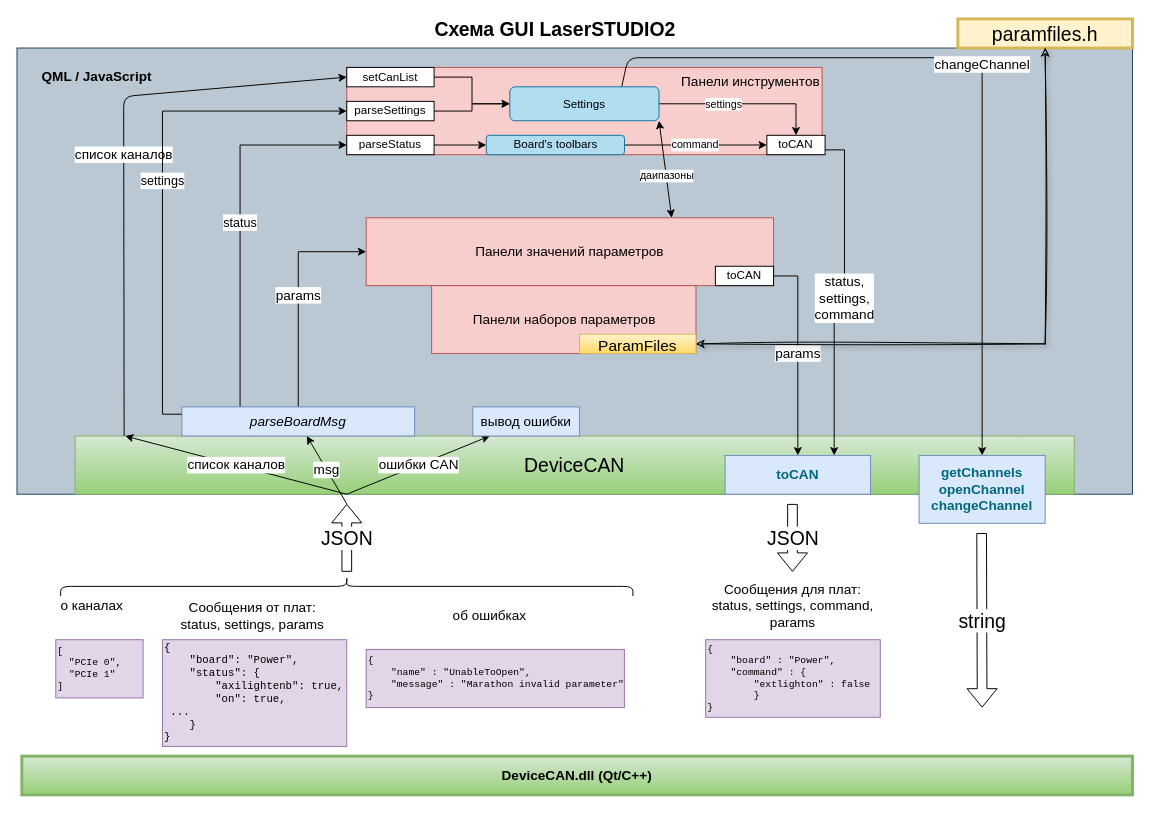
ponBulat/dia keeps this draw.io diagram as LaserSTUDIO2_GUI.drawio. Above is the earlier version. Source tidied: cells renumbered, new cells numbered last; positions are measured from the earlier drawing's top-left corner, leaving out a move shared by most shapes. Both pictures are drawn from the tidied source at 97%, with x=0, y=0 at pixel (16, 18).
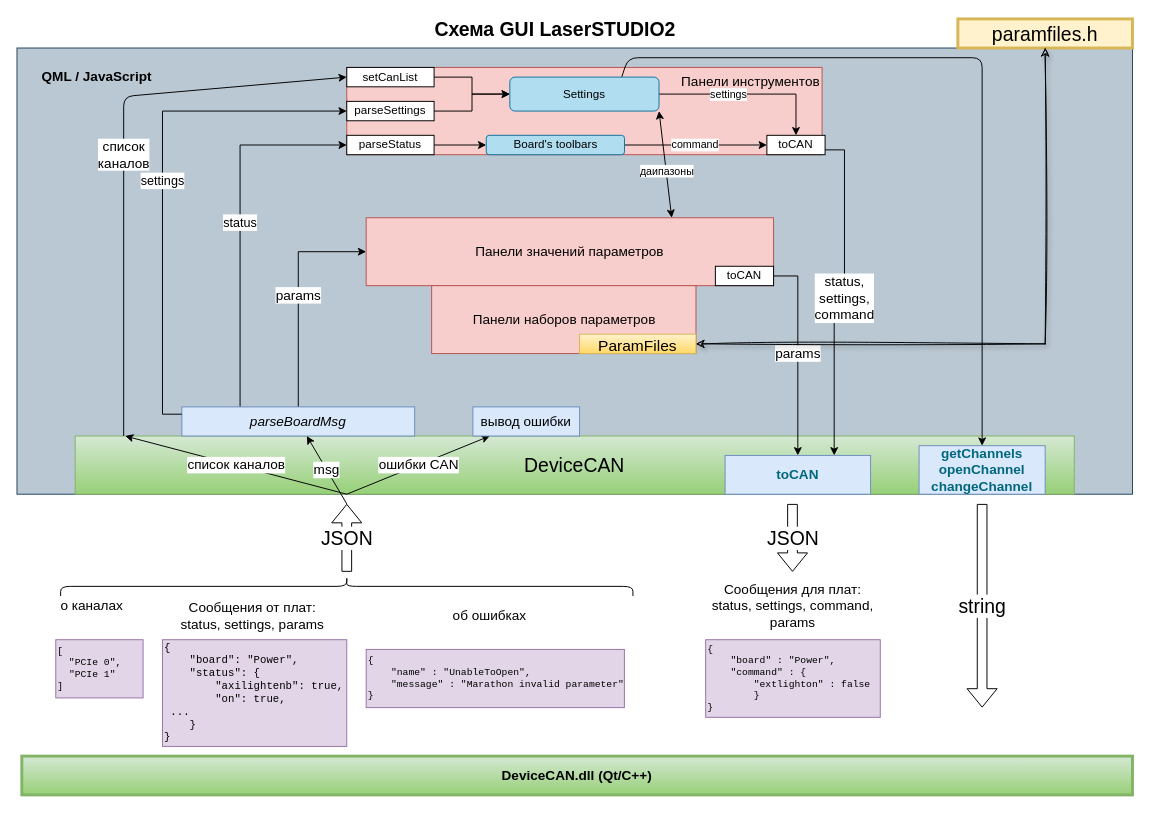
The same page after the edit.

The change refers to these unchanged cells:
```xml
<mxCell id="6" value="DeviceCAN" style="rounded=0;whiteSpace=wrap;html=1;fontSize=20;gradientColor=#97d077;fillColor=#d5e8d4;strokeColor=#82b366;" parent="1" vertex="1">
  <mxGeometry x="60" y="430" width="1030" height="60" as="geometry" />
</mxCell>
<mxCell id="48" value="setCanList" style="rounded=0;whiteSpace=wrap;html=1;" parent="1" vertex="1">
  <mxGeometry x="340" y="50" width="90" height="20" as="geometry" />
</mxCell>
```

Change to the diagram source:
```diff
@@
     <mxCell id="20" value="&lt;span style=&quot;font-weight: 600 ; color: #00677c&quot;&gt;getChannels&lt;/span&gt;&lt;span style=&quot;font-weight: 600 ; color: #00677c&quot;&gt;&lt;br&gt;openChannel&lt;br&gt;&lt;/span&gt;&lt;span style=&quot;font-weight: 600 ; color: #00677c&quot;&gt;changeChannel&lt;/span&gt;" style="text;html=1;strokeColor=#6c8ebf;fillColor=#dae8fc;align=center;verticalAlign=middle;whiteSpace=wrap;rounded=0;fontSize=14;" parent="1" vertex="1">
-      <mxGeometry x="930" y="450" width="130" height="70" as="geometry" />
+      <mxGeometry x="930" y="440" width="130" height="50" as="geometry" />
     </mxCell>
     <mxCell id="21" value="string" style="shape=flexArrow;endArrow=classic;html=1;fontSize=20;" parent="1" edge="1">
       <mxGeometry relative="1" as="geometry">
-        <mxPoint x="994.5" y="530" as="sourcePoint" />
+        <mxPoint x="995" y="500" as="sourcePoint" />
         <mxPoint x="995" y="710" as="targetPoint" />
       </mxGeometry>
     </mxCell>
@@
-    <mxCell id="25" value="changeChannel" style="endArrow=classic;html=1;fontSize=14;exitX=0.75;exitY=0;exitDx=0;exitDy=0;entryX=0.5;entryY=0;entryDx=0;entryDy=0;" parent="1" edge="1" source="41" target="20">
+    <mxCell id="25" style="endArrow=classic;html=1;fontSize=14;exitX=0.75;exitY=0;exitDx=0;exitDy=0;entryX=0.5;entryY=0;entryDx=0;entryDy=0;" parent="1" edge="1" source="41" target="20">
       <mxGeometry relative="1" as="geometry">
         <Array as="points">
           <mxPoint x="630" y="40" />
           <mxPoint x="995" y="40" />
         </Array>
       </mxGeometry>
     </mxCell>
@@
-    <mxCell id="31" value="список каналов" style="endArrow=classic;html=1;fontSize=14;exitX=0.049;exitY=0;exitDx=0;exitDy=0;exitPerimeter=0;entryX=0;entryY=0.5;entryDx=0;entryDy=0;" parent="1" edge="1" source="6" target="48">
+    <mxCell id="31" value="&lt;div&gt;список&lt;/div&gt;&lt;div&gt;каналов&lt;/div&gt;" style="endArrow=classic;html=1;fontSize=14;entryX=0;entryY=0.5;entryDx=0;entryDy=0;" parent="1" edge="1" target="48">
       <mxGeometry relative="1" as="geometry">
+        <mxPoint x="110" y="430" as="sourcePoint" />
         <Array as="points">
           <mxPoint x="110" y="80" />
         </Array>
       </mxGeometry>
     </mxCell>
@@
     <mxCell id="41" value="Settings" style="rounded=1;whiteSpace=wrap;html=1;fillColor=#b1ddf0;strokeColor=#10739e;" parent="1" vertex="1">
-      <mxGeometry x="508.1" y="70" width="153.8" height="35" as="geometry" />
+      <mxGeometry x="508.1" y="60" width="153.8" height="35" as="geometry" />
     </mxCell>
```
